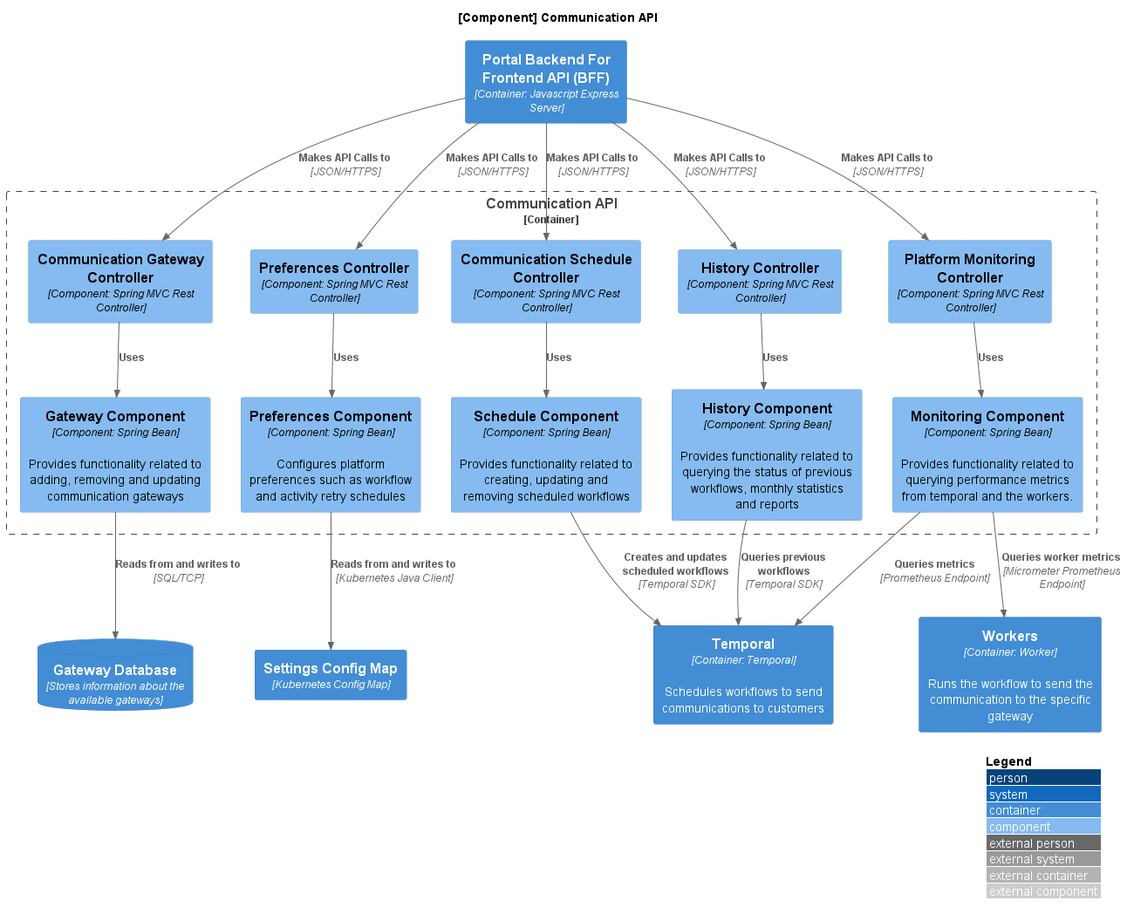
This is Designs/Images/System Context/Components/CommunicationAPIComponent.png from CameronWard301/communication_scheduler, a PlantUML export, as it was before one commit.
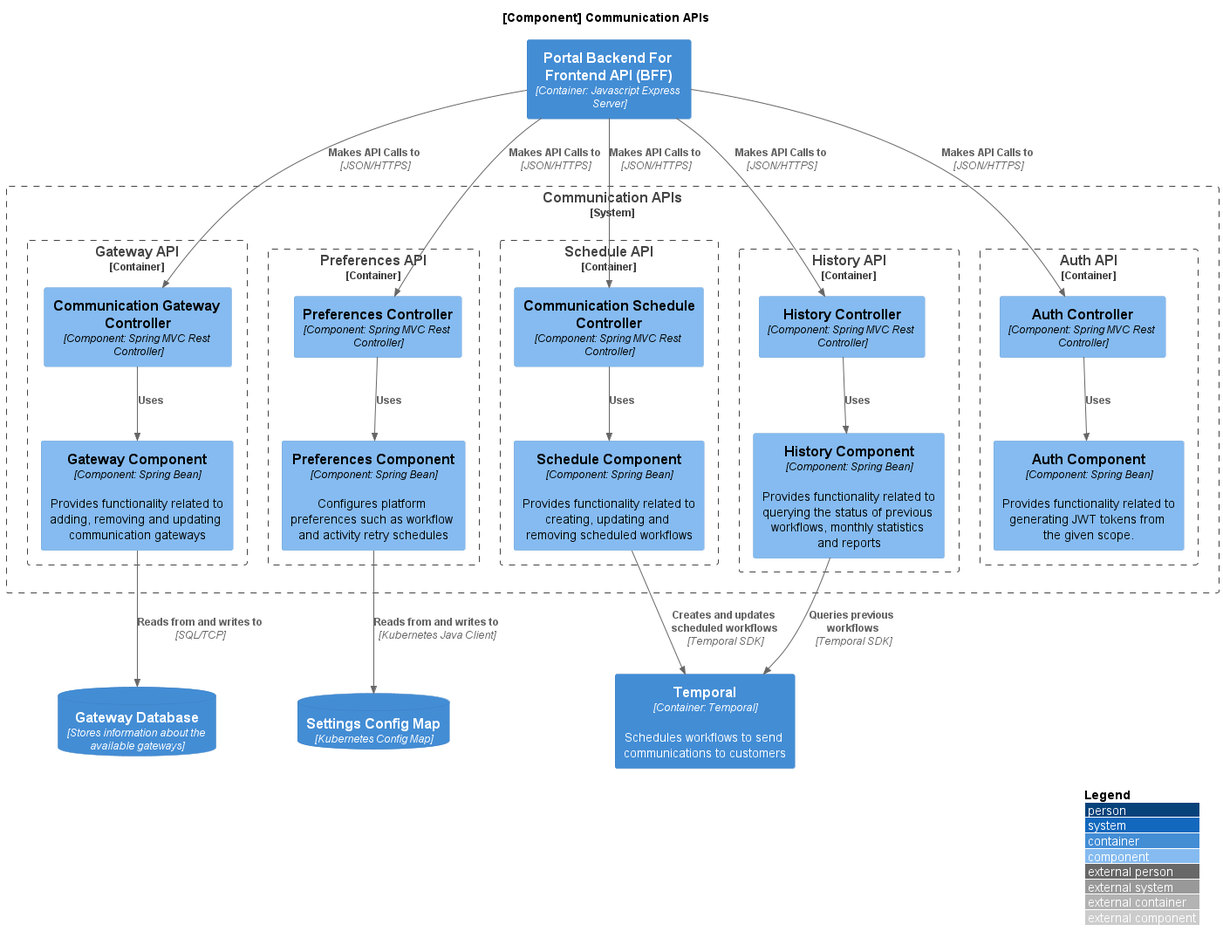
The same file after the commit.

Change to the diagram source:
```diff
@@ -4,34 +4,49 @@
 
 LAYOUT_WITH_LEGEND()
 
-title [Component] Communication API
+title [Component] Communication APIs
 
 Container(webBFF, "Portal Backend For Frontend API (BFF)", "Container: Javascript Express Server")
 ContainerDb(gatewayDB, "Gateway Database", "Stores information about the available gateways")
-Container(settings, "Settings Config Map", "Kubernetes Config Map")
+ContainerDb(settings, "Settings Config Map", "Kubernetes Config Map")
 Container(temporal, "Temporal", "Container: Temporal", "Schedules workflows to send communications to customers")
-Container(workers, "Workers", "Container: Worker", "Runs the workflow to send the communication to the specific gateway")
 
 
-Container_Boundary(component, "Communication API") {
-    Component(gatewayController, "Communication Gateway Controller", "Component: Spring MVC Rest Controller")
-    Component(preferencesController, "Preferences Controller", "Component: Spring MVC Rest Controller")
-    Component(scheduleController, "Communication Schedule Controller", "Component: Spring MVC Rest Controller")
-    Component(historyController, "History Controller", "Component: Spring MVC Rest Controller")
-    Component(platformController, "Platform Monitoring Controller", "Component: Spring MVC Rest Controller")
+System_Boundary(component, "Communication APIs") {
 
-    Component(gatewayComponent, "Gateway Component", "Component: Spring Bean", "Provides functionality related to adding, removing and updating communication gateways")
-    Component(scheduleComponent, "Schedule Component", "Component: Spring Bean", "Provides functionality related to creating, updating and removing scheduled workflows")
-    Component(preferencesComponent, "Preferences Component", "Component: Spring Bean", "Configures platform preferences such as workflow and activity retry schedules")
-    Component(historyComponent, "History Component", "Component: Spring Bean", "Provides functionality related to querying the status of previous workflows, monthly statistics and reports")
-    Component(monitoringComponent, "Monitoring Component", "Component: Spring Bean", "Provides functionality related to querying performance metrics from temporal and the workers.")
+    Container_Boundary(gatewayAPI, "Gateway API") {
+        Component(gatewayController, "Communication Gateway Controller", "Component: Spring MVC Rest Controller")
+        Component(gatewayComponent, "Gateway Component", "Component: Spring Bean", "Provides functionality related to adding, removing and updating communication gateways")
+    }
+
+    Container_Boundary(preferencesAPI, "Preferences API") {
+        Component(preferencesController, "Preferences Controller", "Component: Spring MVC Rest Controller")
+        Component(preferencesComponent, "Preferences Component", "Component: Spring Bean", "Configures platform preferences such as workflow and activity retry schedules")
+    }
+
+
+    Container_Boundary(scheduleAPI, "Schedule API") {
+        Component(scheduleController, "Communication Schedule Controller", "Component: Spring MVC Rest Controller")
+        Component(scheduleComponent, "Schedule Component", "Component: Spring Bean", "Provides functionality related to creating, updating and removing scheduled workflows")
+    }
+
+    Container_Boundary(historyAPI, "History API") {
+        Component(historyController, "History Controller", "Component: Spring MVC Rest Controller")
+        Component(historyComponent, "History Component", "Component: Spring Bean", "Provides functionality related to querying the status of previous workflows, monthly statistics and reports")
+
+    }
+
+    Container_Boundary(authApi, "Auth API") {
+        Component(authController, "Auth Controller", "Component: Spring MVC Rest Controller")
+        Component(authComponent, "Auth Component", "Component: Spring Bean", "Provides functionality related to generating JWT tokens from the given scope.")
+    }
 }
 
 Rel(webBFF, gatewayController, "Makes API Calls to", "JSON/HTTPS")
 Rel(webBFF, scheduleController, "Makes API Calls to", "JSON/HTTPS")
 Rel(webBFF, preferencesController, "Makes API Calls to", "JSON/HTTPS")
 Rel(webBFF, historyController, "Makes API Calls to", "JSON/HTTPS")
-Rel(webBFF, platformController, "Makes API Calls to", "JSON/HTTPS")
+Rel(webBFF, authController, "Makes API Calls to", "JSON/HTTPS")
 
 Rel(gatewayController, gatewayComponent, "Uses")
 Rel(gatewayComponent, gatewayDB, "Reads from and writes to", "SQL/TCP")
@@ -45,8 +60,6 @@
 Rel(historyController, historyComponent, "Uses")
 Rel(historyComponent, temporal, "Queries previous workflows", "Temporal SDK")
 
-Rel(platformController, monitoringComponent, "Uses")
-Rel(monitoringComponent, temporal, "Queries metrics", "Prometheus Endpoint")
-Rel(monitoringComponent, workers, "Queries worker metrics", "Micrometer Prometheus Endpoint")
+Rel(authController, authComponent, "Uses")
 
 @enduml
```
